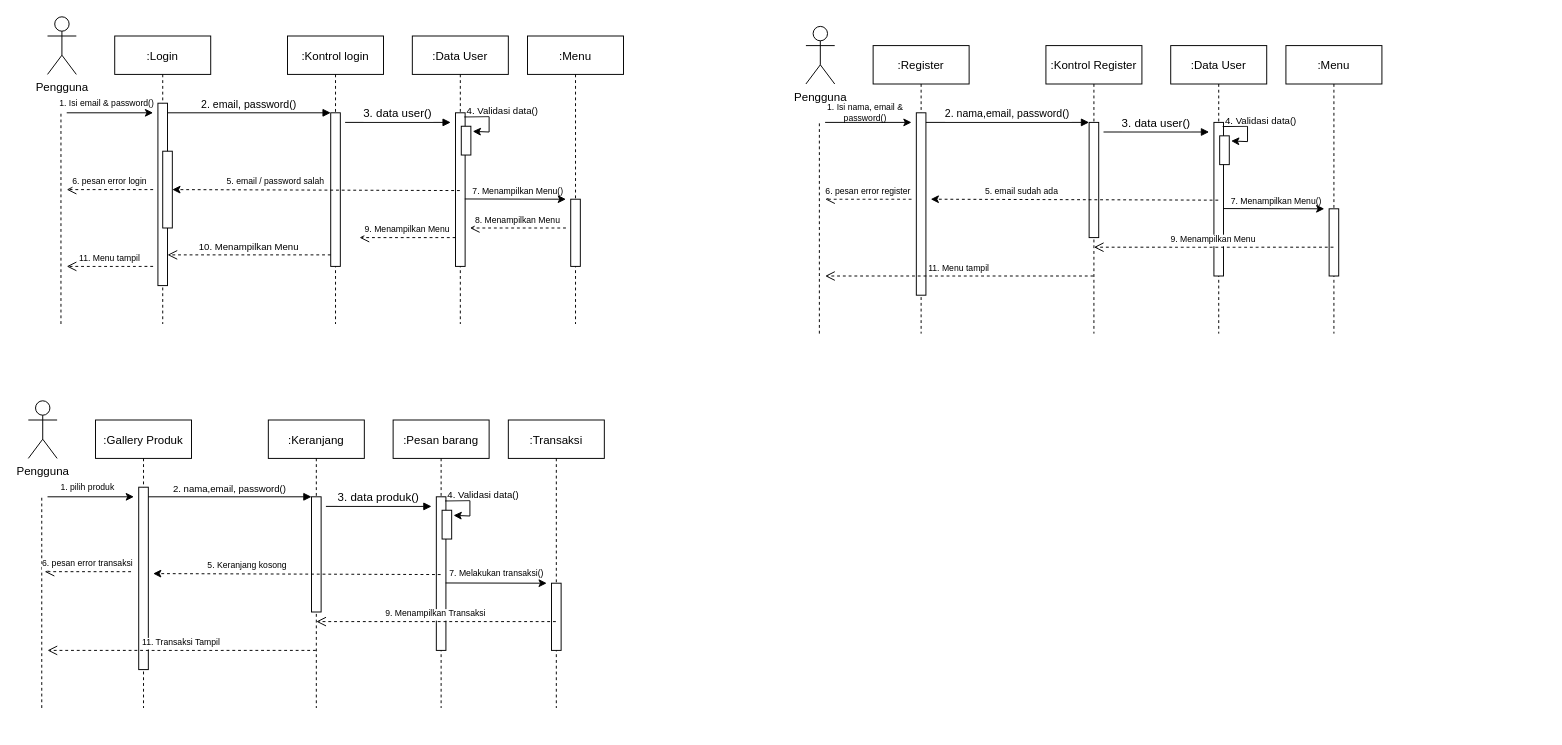
zarmintaa/Skripsi keeps this draw.io diagram as Sequence Diagram.drawio. Above is the earlier version. Source tidied: cells renumbered, new cells numbered last; positions are measured from the earlier drawing's top-left corner, leaving out a move shared by most shapes. Both pictures are drawn from the tidied source at 96%, with x=0, y=0 at pixel (28, 16).
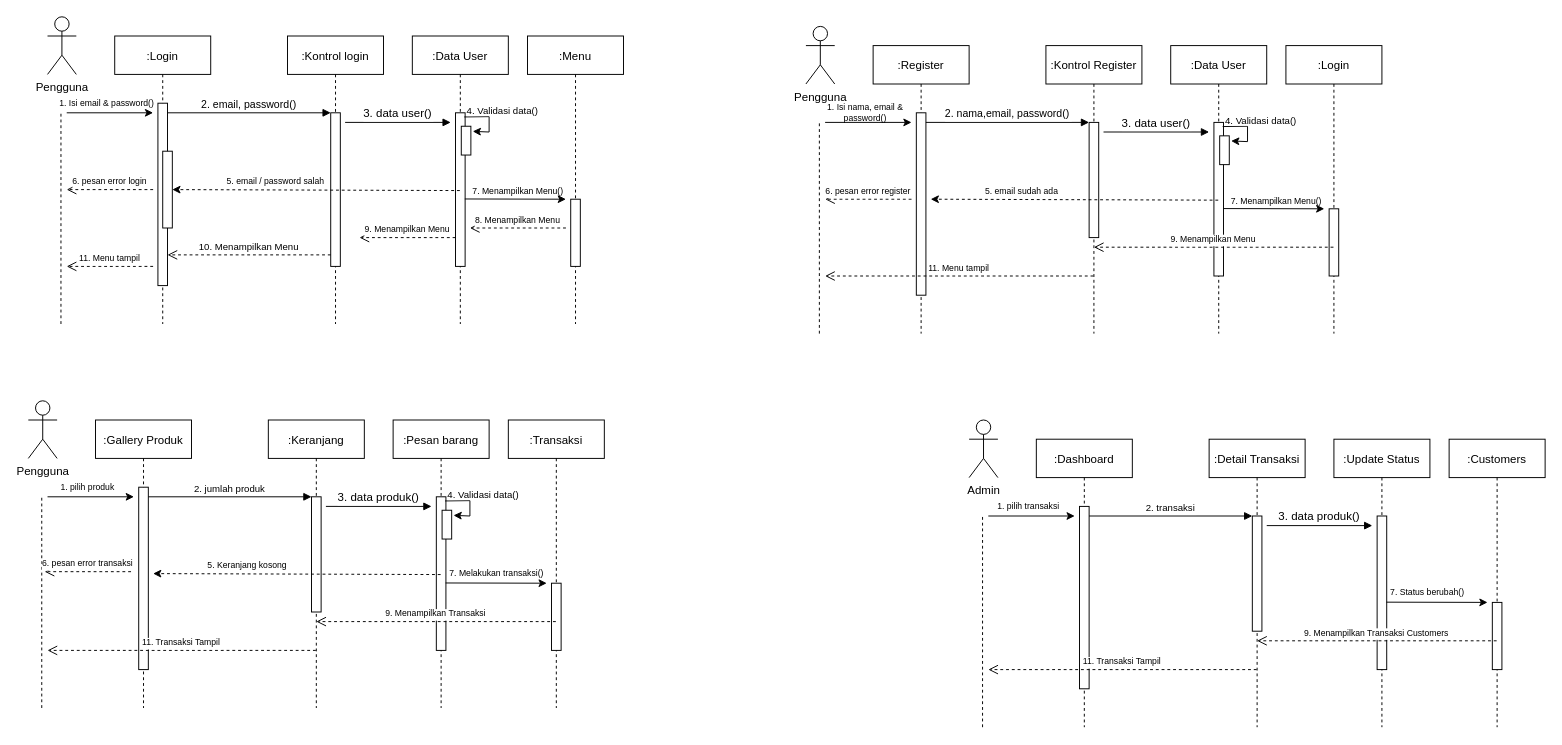
Above is the later version.

Commit message:
Update Sequence Diagram FIX.drawio

Unchanged cells that the change refers to:
```xml
<mxCell id="54" style="points=[];perimeter=orthogonalPerimeter;rounded=0;shadow=0;strokeWidth=1;" parent="53" vertex="1">
  <mxGeometry x="45" y="70" width="10" height="190" as="geometry" />
</mxCell>
<mxCell id="58" style="points=[];perimeter=orthogonalPerimeter;rounded=0;shadow=0;strokeWidth=1;" parent="57" vertex="1">
  <mxGeometry x="45" y="80" width="10" height="120" as="geometry" />
</mxCell>
```

Change to the diagram source:
```diff
@@
-    <mxCell id="42" value=":Menu" style="shape=umlLifeline;perimeter=lifelinePerimeter;rounded=0;shadow=0;strokeWidth=1;" parent="1" vertex="1">
+    <mxCell id="42" value=":Login" style="shape=umlLifeline;perimeter=lifelinePerimeter;rounded=0;shadow=0;strokeWidth=1;" parent="1" vertex="1">
       <mxGeometry x="1310" y="30" width="100" height="300" as="geometry" />
     </mxCell>
@@
-    <mxCell id="60" value="2. nama,email, password()" style="verticalAlign=bottom;endArrow=block;entryX=0;entryY=0;shadow=0;strokeWidth=1;fontSize=10;" parent="1" edge="1" source="54" target="58">
+    <mxCell id="60" value="2. jumlah produk" style="verticalAlign=bottom;endArrow=block;entryX=0;entryY=0;shadow=0;strokeWidth=1;fontSize=10;" parent="1" edge="1" source="54" target="58">
       <mxGeometry relative="1" as="geometry" />
     </mxCell>
@@
+    <mxCell id="77" value=":Dashboard" style="shape=umlLifeline;perimeter=lifelinePerimeter;rounded=0;shadow=0;strokeWidth=1;" parent="1" vertex="1">
+      <mxGeometry x="1050" y="440" width="100" height="300" as="geometry" />
+    </mxCell>
+    <mxCell id="78" style="points=[];perimeter=orthogonalPerimeter;rounded=0;shadow=0;strokeWidth=1;" parent="77" vertex="1">
+      <mxGeometry x="45" y="70" width="10" height="190" as="geometry" />
+    </mxCell>
+    <mxCell id="79" style="endArrow=classic;html=1;rounded=0;" parent="77" edge="1">
+      <mxGeometry relative="1" as="geometry">
+        <mxPoint x="-50" y="80" as="sourcePoint" />
+        <mxPoint x="40" y="80" as="targetPoint" />
+        <Array as="points">
+          <mxPoint x="40" y="80" />
+        </Array>
+      </mxGeometry>
+    </mxCell>
+    <mxCell id="80" value="1. pilih transaksi" style="text;html=1;strokeColor=none;fillColor=none;align=center;verticalAlign=middle;whiteSpace=wrap;rounded=0;fontSize=9;" parent="77" vertex="1">
+      <mxGeometry x="-61" y="60" width="106" height="20" as="geometry" />
+    </mxCell>
+    <mxCell id="81" value=":Detail Transaksi" style="shape=umlLifeline;perimeter=lifelinePerimeter;rounded=0;shadow=0;strokeWidth=1;" parent="1" vertex="1">
+      <mxGeometry x="1230" y="440" width="100" height="300" as="geometry" />
+    </mxCell>
+    <mxCell id="82" style="points=[];perimeter=orthogonalPerimeter;rounded=0;shadow=0;strokeWidth=1;" parent="81" vertex="1">
+      <mxGeometry x="45" y="80" width="10" height="120" as="geometry" />
+    </mxCell>
+    <mxCell id="83" value="2. transaksi" style="verticalAlign=bottom;endArrow=block;entryX=0;entryY=0;shadow=0;strokeWidth=1;fontSize=10;" parent="1" edge="1" source="78" target="82">
+      <mxGeometry relative="1" as="geometry" />
+    </mxCell>
+    <mxCell id="84" value="Admin" style="shape=umlActor;verticalLabelPosition=bottom;verticalAlign=top;html=1;" parent="1" vertex="1">
+      <mxGeometry x="980" y="420" width="30" height="60" as="geometry" />
+    </mxCell>
+    <mxCell id="85" value=":Update Status" style="shape=umlLifeline;perimeter=lifelinePerimeter;rounded=0;shadow=0;strokeWidth=1;" parent="1" vertex="1">
+      <mxGeometry x="1360" y="440" width="100" height="300" as="geometry" />
+    </mxCell>
+    <mxCell id="86" style="points=[];perimeter=orthogonalPerimeter;rounded=0;shadow=0;strokeWidth=1;" parent="85" vertex="1">
+      <mxGeometry x="45" y="80" width="10" height="160" as="geometry" />
+    </mxCell>
+    <mxCell id="87" value=":Customers" style="shape=umlLifeline;perimeter=lifelinePerimeter;rounded=0;shadow=0;strokeWidth=1;" parent="1" vertex="1">
+      <mxGeometry x="1480" y="440" width="100" height="300" as="geometry" />
+    </mxCell>
+    <mxCell id="88" style="perimeter=orthogonalPerimeter;rounded=0;shadow=0;strokeWidth=1;" parent="87" vertex="1">
+      <mxGeometry x="45" y="170" width="10" height="70" as="geometry" />
+    </mxCell>
+    <mxCell id="89" value="&lt;span style=&quot;color: rgb(0, 0, 0); font-family: Helvetica; font-size: 9px; font-style: normal; font-variant-ligatures: normal; font-variant-caps: normal; font-weight: 400; letter-spacing: normal; orphans: 2; text-align: center; text-indent: 0px; text-transform: none; widows: 2; word-spacing: 0px; -webkit-text-stroke-width: 0px; background-color: rgb(255, 255, 255); text-decoration-thickness: initial; text-decoration-style: initial; text-decoration-color: initial; float: none; display: inline !important;&quot;&gt;7. Status berubah()&lt;/span&gt;" style="text;whiteSpace=wrap;html=1;fontSize=9;" parent="87" vertex="1">
+      <mxGeometry x="-63" y="148" width="110" height="20" as="geometry" />
+    </mxCell>
+    <mxCell id="90" style="endArrow=none;dashed=1;html=1;rounded=0;" parent="1" edge="1">
+      <mxGeometry relative="1" as="geometry">
+        <mxPoint x="994" y="740" as="sourcePoint" />
+        <mxPoint x="994" y="520" as="targetPoint" />
+      </mxGeometry>
+    </mxCell>
+    <mxCell id="91" value="3. data produk()" style="verticalAlign=bottom;endArrow=block;shadow=0;strokeWidth=1;fontSize=12;" parent="1" edge="1">
+      <mxGeometry relative="1" as="geometry">
+        <mxPoint x="1290" y="530" as="sourcePoint" />
+        <mxPoint x="1400" y="530" as="targetPoint" />
+      </mxGeometry>
+    </mxCell>
+    <mxCell id="92" style="endArrow=classic;html=1;rounded=0;fontSize=9;exitX=0.968;exitY=0.561;exitDx=0;exitDy=0;exitPerimeter=0;" parent="1" edge="1" source="86">
+      <mxGeometry relative="1" as="geometry">
+        <mxPoint x="1520" y="610" as="targetPoint" />
+      </mxGeometry>
+    </mxCell>
+    <mxCell id="93" value="9. Menampilkan Transaksi Customers" style="verticalAlign=bottom;endArrow=open;dashed=1;endSize=8;shadow=0;strokeWidth=1;fontSize=9;" parent="1" edge="1">
+      <mxGeometry relative="1" as="geometry">
+        <mxPoint x="1529.5" y="650" as="sourcePoint" />
+        <mxPoint x="1280" y="650" as="targetPoint" />
+      </mxGeometry>
+    </mxCell>
+    <mxCell id="94" value="11. Transaksi Tampil" style="verticalAlign=bottom;endArrow=open;dashed=1;endSize=8;shadow=0;strokeWidth=1;fontSize=9;" parent="1" edge="1" source="81">
+      <mxGeometry relative="1" as="geometry">
+        <mxPoint x="1000" y="680" as="targetPoint" />
+      </mxGeometry>
+    </mxCell>
```
